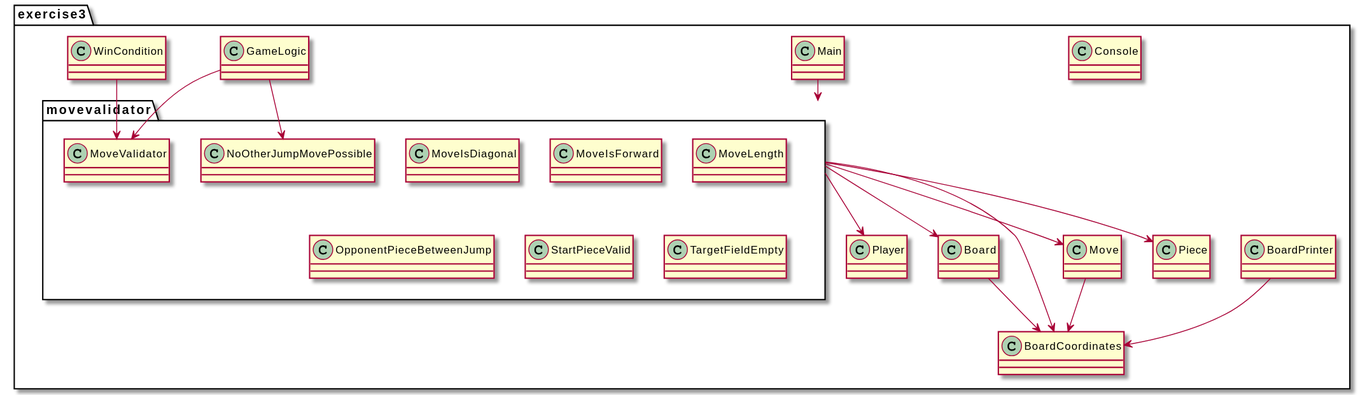
This is assignment-1/exercise2/Class Diagramm Checkers.svg from soco21/soco21, a PlantUML export, as it was before one commit. Source of this version:
```plantuml
@startuml
package exercise3{
package movevalidator {
class MoveIsDiagonal
class MoveIsForward
class MoveLength
class MoveValidator
class NoOtherJumpMovePossible
class OpponentPieceBetweenJump
class StartPieceValid
class TargetFieldEmpty
}
class Board
class BoardCoordinates
class BoardPrinter
class Console
class GameLogic
class Main
class Move
class Piece
class Player
class WinCondition
}
movevalidator --> Board
movevalidator --> Move
movevalidator --> Piece
movevalidator --> Player
movevalidator --> BoardCoordinates
Board --> BoardCoordinates
BoardPrinter --> BoardCoordinates
GameLogic --> MoveValidator
GameLogic --> NoOtherJumpMovePossible
Main --> movevalidator
Move --> BoardCoordinates
WinCondition --> MoveValidator
@enduml
```
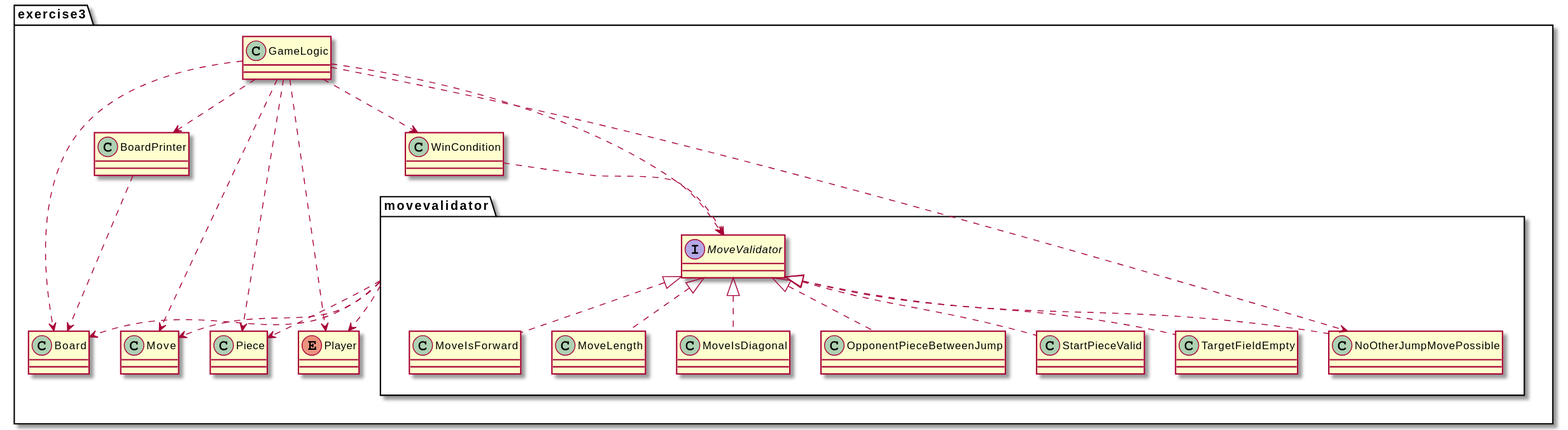
The same file after the commit.

The edit, as a diff of the source:
```diff
@@ -4,33 +4,43 @@
 class MoveIsDiagonal
 class MoveIsForward
 class MoveLength
-class MoveValidator
+interface MoveValidator
 class NoOtherJumpMovePossible
 class OpponentPieceBetweenJump
 class StartPieceValid
 class TargetFieldEmpty
 }
 class Board
-class BoardCoordinates
 class BoardPrinter
-class Console
 class GameLogic
-class Main
 class Move
 class Piece
-class Player
+enum Player
 class WinCondition
 }
-movevalidator --> Board
-movevalidator --> Move
-movevalidator --> Piece
-movevalidator --> Player
-movevalidator --> BoardCoordinates
-Board --> BoardCoordinates
-BoardPrinter --> BoardCoordinates
-GameLogic --> MoveValidator
-GameLogic --> NoOtherJumpMovePossible
-Main --> movevalidator
-Move --> BoardCoordinates
-WinCondition --> MoveValidator
+movevalidator ..> Board
+movevalidator ..> Move
+movevalidator ..> Piece
+movevalidator ..> Player
+
+GameLogic ..> BoardPrinter
+GameLogic ..> Board
+GameLogic ..> WinCondition
+GameLogic ..> Move
+GameLogic ..> Piece
+GameLogic ..> Player
+GameLogic ..> MoveValidator
+GameLogic ..> NoOtherJumpMovePossible
+
+BoardPrinter ..> Board
+
+WinCondition ..> MoveValidator
+
+MoveValidator <|.. NoOtherJumpMovePossible
+MoveValidator <|.. MoveIsDiagonal
+MoveValidator <|.. MoveIsForward
+MoveValidator <|.. MoveLength
+MoveValidator <|.. OpponentPieceBetweenJump
+MoveValidator <|.. StartPieceValid
+MoveValidator <|.. TargetFieldEmpty
 @enduml
```
